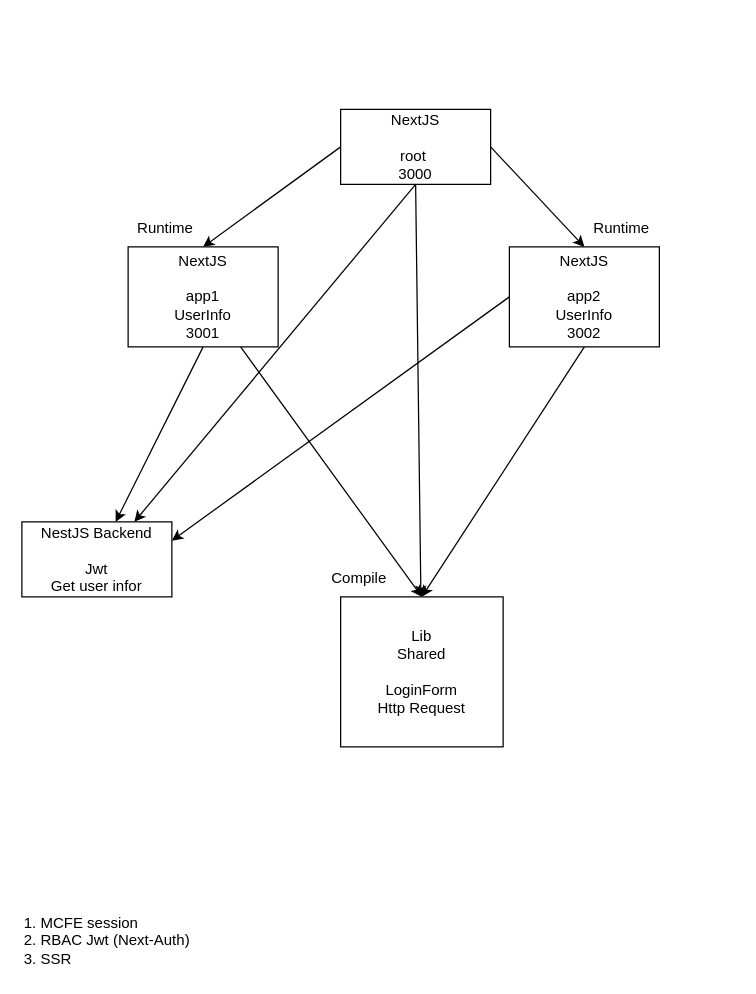
Earlier version of the draw.io diagram architecture.dio (LeTienHanh/mcfe-demo). Source tidied: cells renumbered, new cells numbered last; positions are measured from the earlier drawing's top-left corner, leaving out a move shared by most shapes. Both pictures are drawn from the tidied source at 125%, with x=0, y=0 at pixel (21, 109).
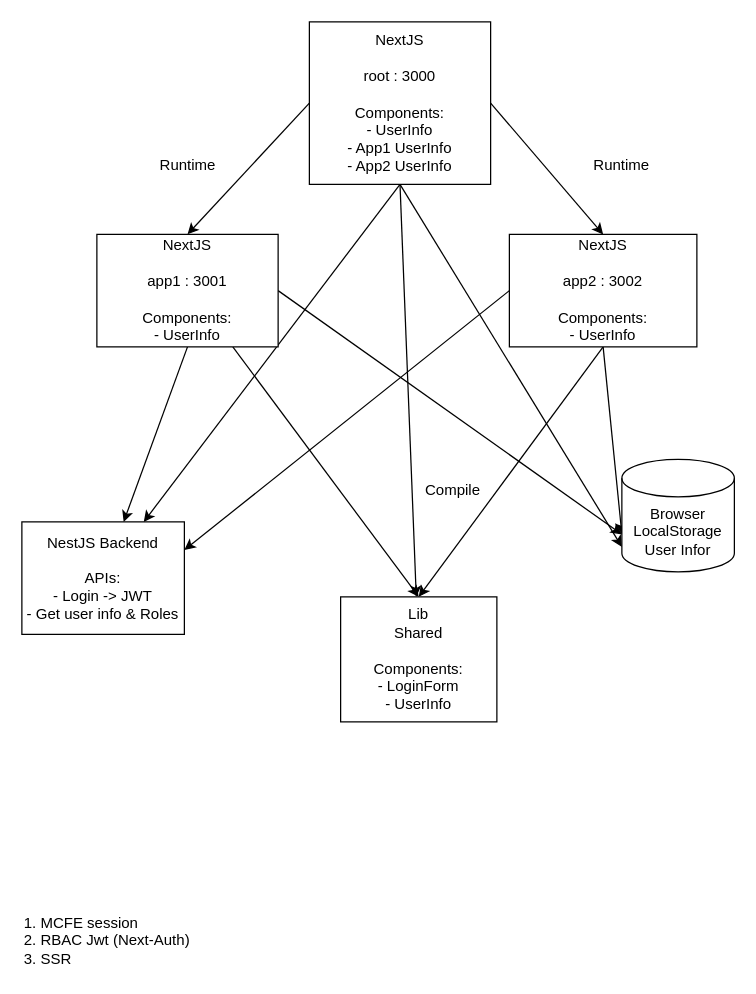
The same page after the edit.

Commit message (it also covers changes not shown here):
feat: module federation

What changed in the source:
```diff
@@
-    <mxCell id="3" style="edgeStyle=none;html=1;exitX=1;exitY=0.5;exitDx=0;exitDy=0;entryX=0.5;entryY=0;entryDx=0;entryDy=0;" parent="1" edge="1" source="6" target="12">
-      <mxGeometry relative="1" as="geometry" />
-    </mxCell>
@@
+    <mxCell id="19" style="edgeStyle=none;html=1;exitX=0.5;exitY=1;exitDx=0;exitDy=0;" parent="1" edge="1" source="6">
+      <mxGeometry relative="1" as="geometry">
+        <mxPoint x="480" y="350" as="targetPoint" />
+      </mxGeometry>
+    </mxCell>
+    <mxCell id="3" style="edgeStyle=none;html=1;exitX=1;exitY=0.5;exitDx=0;exitDy=0;entryX=0.5;entryY=0;entryDx=0;entryDy=0;" parent="1" edge="1" source="6" target="12">
+      <mxGeometry relative="1" as="geometry" />
+    </mxCell>
-    <mxCell id="6" value="NextJS&lt;br&gt;&lt;br&gt;root&amp;nbsp;&lt;br&gt;3000" style="rounded=0;whiteSpace=wrap;html=1;" parent="1" vertex="1">
-      <mxGeometry x="255" width="120" height="60" as="geometry" />
+    <mxCell id="6" value="NextJS&lt;br&gt;&lt;br&gt;root : 3000&lt;br&gt;&lt;br&gt;Components:&lt;br&gt;- UserInfo&lt;br&gt;- App1 UserInfo&lt;br&gt;- App2 UserInfo" style="rounded=0;whiteSpace=wrap;html=1;" parent="1" vertex="1">
+      <mxGeometry x="230" y="-70" width="145" height="130" as="geometry" />
     </mxCell>
@@
+    <mxCell id="20" style="edgeStyle=none;html=1;exitX=1;exitY=0.5;exitDx=0;exitDy=0;entryX=0;entryY=0;entryDx=0;entryDy=60;entryPerimeter=0;" parent="1" edge="1" source="9" target="22">
+      <mxGeometry relative="1" as="geometry" />
+    </mxCell>
-    <mxCell id="9" value="NextJS&lt;br&gt;&lt;br&gt;app1&lt;br&gt;UserInfo&lt;br&gt;3001" style="rounded=0;whiteSpace=wrap;html=1;" parent="1" vertex="1">
-      <mxGeometry x="85" y="110" width="120" height="80" as="geometry" />
+    <mxCell id="9" value="NextJS&lt;br&gt;&lt;br&gt;app1 : 3001&lt;br&gt;&lt;br&gt;Components:&lt;br&gt;- UserInfo&lt;br&gt;" style="rounded=0;whiteSpace=wrap;html=1;" parent="1" vertex="1">
+      <mxGeometry x="60" y="100" width="145" height="90" as="geometry" />
     </mxCell>
@@
+    <mxCell id="21" style="edgeStyle=none;html=1;exitX=0.5;exitY=1;exitDx=0;exitDy=0;entryX=0;entryY=0;entryDx=0;entryDy=60;entryPerimeter=0;" parent="1" edge="1" source="12" target="22">
+      <mxGeometry relative="1" as="geometry" />
+    </mxCell>
-    <mxCell id="12" value="NextJS&lt;br&gt;&lt;br&gt;app2&lt;br&gt;UserInfo&lt;br&gt;3002" style="rounded=0;whiteSpace=wrap;html=1;" parent="1" vertex="1">
-      <mxGeometry x="390" y="110" width="120" height="80" as="geometry" />
+    <mxCell id="12" value="NextJS&lt;br&gt;&lt;br&gt;app2 : 3002&lt;br&gt;&lt;br&gt;Components:&lt;br&gt;- UserInfo&lt;br&gt;" style="rounded=0;whiteSpace=wrap;html=1;" parent="1" vertex="1">
+      <mxGeometry x="390" y="100" width="150" height="90" as="geometry" />
     </mxCell>
-    <mxCell id="13" value="Lib&lt;br&gt;Shared&lt;br&gt;&lt;br&gt;LoginForm&lt;br&gt;Http Request" style="rounded=0;whiteSpace=wrap;html=1;" parent="1" vertex="1">
-      <mxGeometry x="255" y="390" width="130" height="120" as="geometry" />
+    <mxCell id="13" value="Lib&lt;br&gt;Shared&lt;br&gt;&lt;br&gt;Components:&lt;br&gt;- LoginForm&lt;br&gt;- UserInfo" style="rounded=0;whiteSpace=wrap;html=1;" parent="1" vertex="1">
+      <mxGeometry x="255" y="390" width="125" height="100" as="geometry" />
     </mxCell>
-    <mxCell id="14" value="NestJS Backend&lt;br&gt;&lt;br&gt;Jwt&lt;br&gt;Get user infor" style="rounded=0;whiteSpace=wrap;html=1;" parent="1" vertex="1">
-      <mxGeometry y="330" width="120" height="60" as="geometry" />
+    <mxCell id="14" value="NestJS Backend&lt;br&gt;&lt;br&gt;APIs:&lt;br&gt;- Login -&amp;gt; JWT&lt;br&gt;- Get user info &amp;amp; Roles" style="rounded=0;whiteSpace=wrap;html=1;" parent="1" vertex="1">
+      <mxGeometry y="330" width="130" height="90" as="geometry" />
     </mxCell>
     <mxCell id="15" value="Compile" style="text;html=1;strokeColor=none;fillColor=none;align=center;verticalAlign=middle;whiteSpace=wrap;rounded=0;" parent="1" vertex="1">
-      <mxGeometry x="240" y="360" width="60" height="30" as="geometry" />
+      <mxGeometry x="315" y="290" width="60" height="30" as="geometry" />
     </mxCell>
@@
-    <mxCell id="17" value="Runtime" style="text;html=1;strokeColor=none;fillColor=none;align=center;verticalAlign=middle;whiteSpace=wrap;rounded=0;" parent="1" vertex="1">
-      <mxGeometry x="85" y="80" width="60" height="30" as="geometry" />
-    </mxCell>
-    <mxCell id="18" value="Runtime" style="text;html=1;strokeColor=none;fillColor=none;align=center;verticalAlign=middle;whiteSpace=wrap;rounded=0;" parent="1" vertex="1">
-      <mxGeometry x="450" y="80" width="60" height="30" as="geometry" />
-    </mxCell>
+    <mxCell id="22" value="Browser&lt;br&gt;LocalStorage&lt;br&gt;User Infor" style="shape=cylinder3;whiteSpace=wrap;html=1;boundedLbl=1;backgroundOutline=1;size=15;" parent="1" vertex="1">
+      <mxGeometry x="480" y="280" width="90" height="90" as="geometry" />
+    </mxCell>
+    <mxCell id="23" value="Runtime" style="text;html=1;strokeColor=none;fillColor=none;align=center;verticalAlign=middle;whiteSpace=wrap;rounded=0;" parent="1" vertex="1">
+      <mxGeometry x="102.5" y="30" width="60" height="30" as="geometry" />
+    </mxCell>
+    <mxCell id="24" value="Runtime" style="text;html=1;strokeColor=none;fillColor=none;align=center;verticalAlign=middle;whiteSpace=wrap;rounded=0;" parent="1" vertex="1">
+      <mxGeometry x="450" y="30" width="60" height="30" as="geometry" />
+    </mxCell>
```
